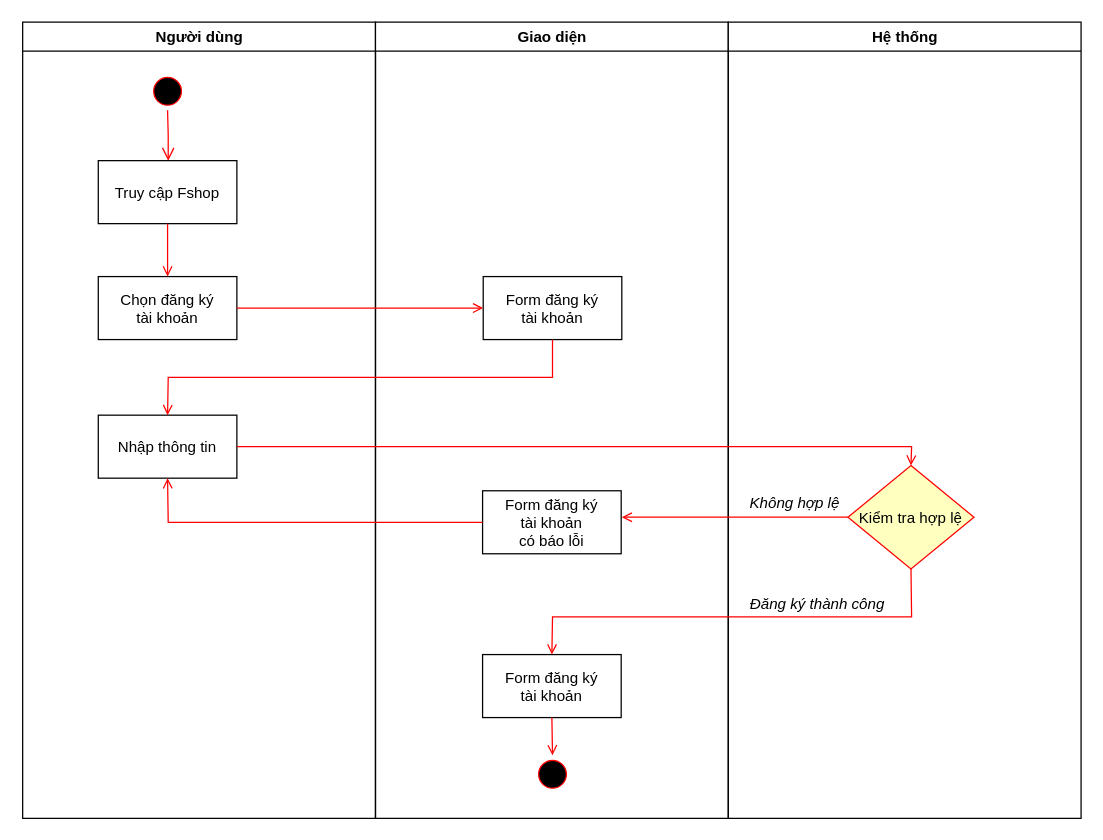
NguyenQuocAn99/MyDiagram keeps this draw.io diagram as ActivityRegister.drawio. Above is the earlier version. Source tidied: cells renumbered, new cells numbered last; positions are measured from the earlier drawing's top-left corner, leaving out a move shared by most shapes. Both pictures are drawn from the tidied source at 126%, with x=0, y=0 at pixel (21, 21).
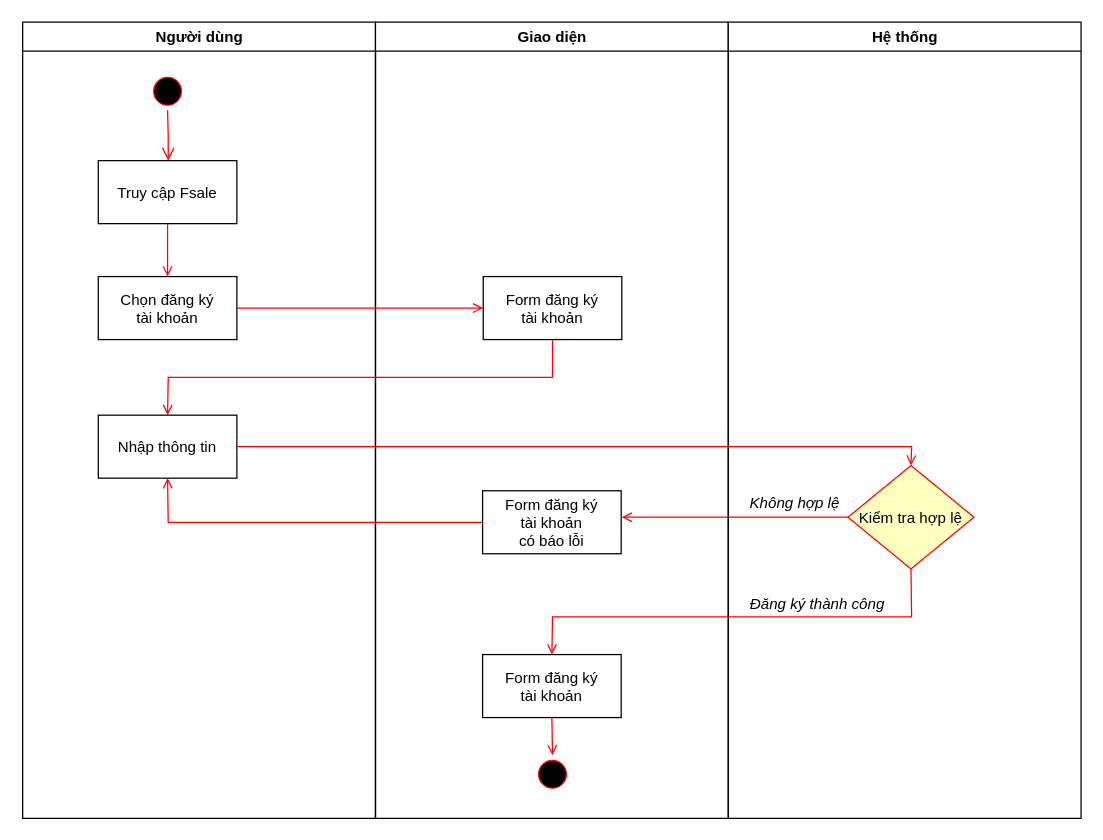
Above is the later version.

The change refers to these unchanged cells:
```xml
<mxCell id="2" value="Người dùng" style="swimlane;whiteSpace=wrap;" parent="1" vertex="1">
  <mxGeometry x="0.5" width="280" height="632" as="geometry" />
</mxCell>
```

What changed in the source:
```diff
@@
-    <mxCell id="5" value="Truy cập Fshop" parent="2" vertex="1">
+    <mxCell id="5" value="Truy cập Fsale" parent="2" vertex="1">
       <mxGeometry x="60" y="110" width="110" height="50" as="geometry" />
     </mxCell>
```
